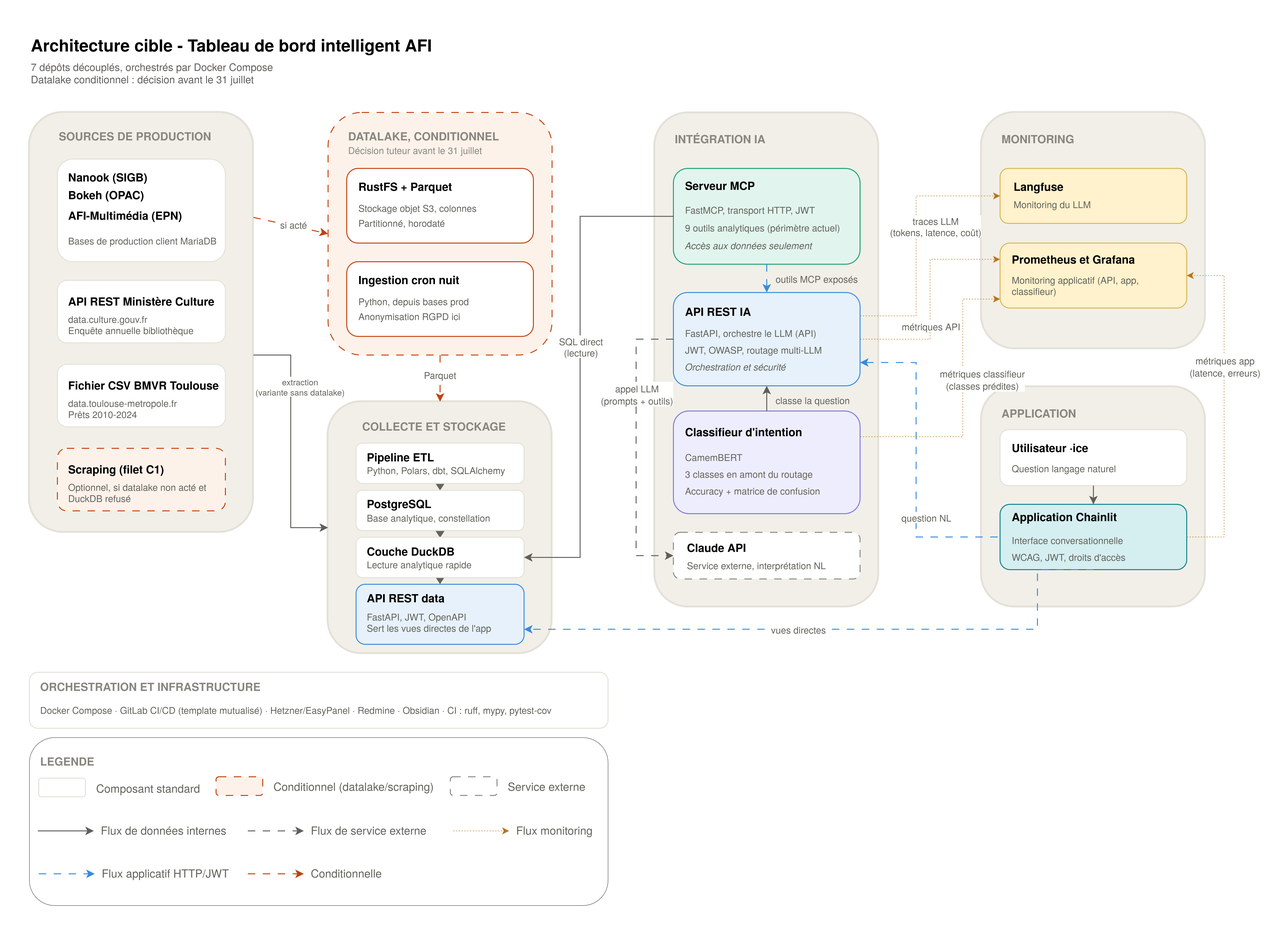
Before: Schéma architecture.png, a diagram exported from draw.io (Minaanimmina/architecture-projet-certif-dev-ia). Source tidied: cells renumbered, new cells last; positions are measured from the earlier drawing's top-left corner, leaving out a move shared by most shapes.
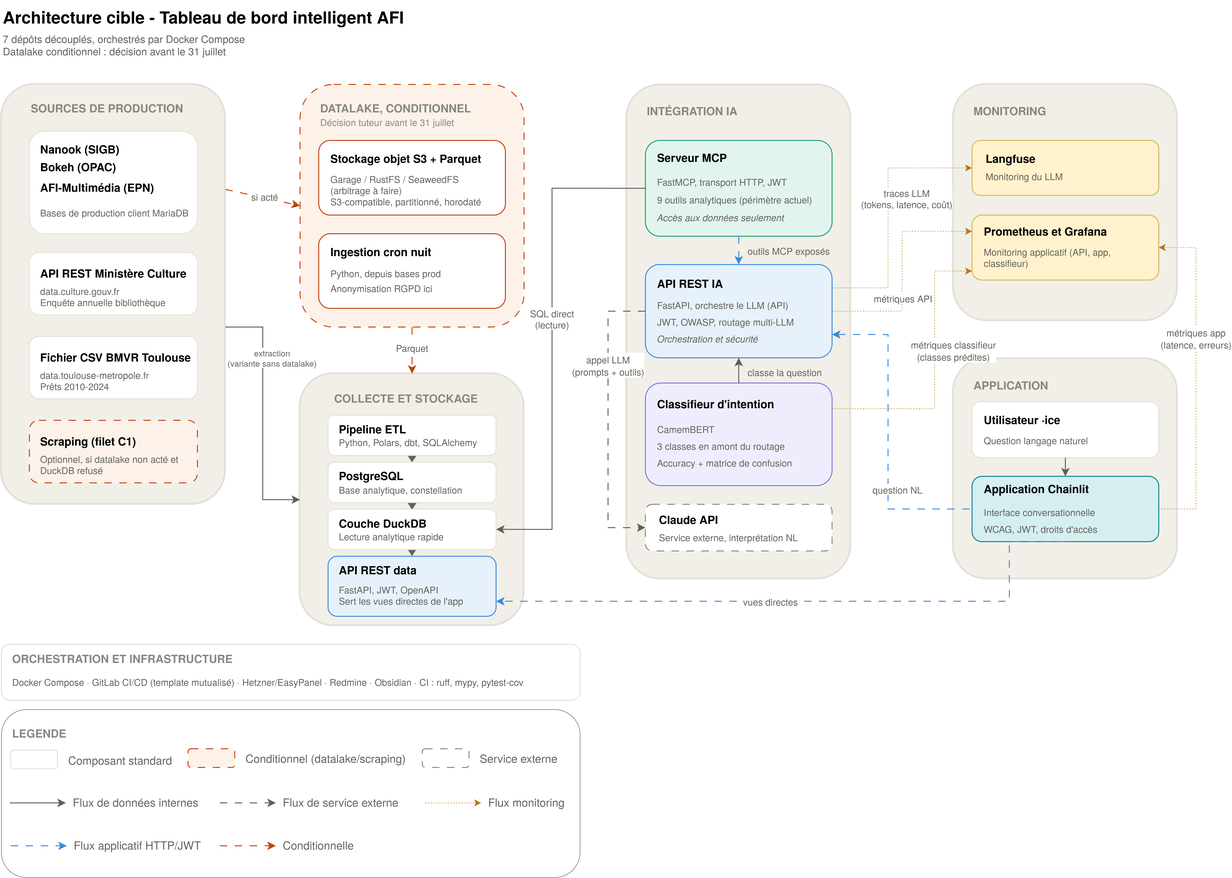
After the change.

Commit message:
Correction schéma choix stockage S3

Diff of the diagram source:
```diff
@@ -92,11 +92,11 @@
     <mxCell id="31" style="rounded=1;whiteSpace=wrap;html=1;strokeColor=#C2410C;" parent="30" vertex="1">
       <mxGeometry width="200" height="80" as="geometry" />
     </mxCell>
-    <mxCell id="32" value="RustFS + Parquet" style="text;html=1;whiteSpace=wrap;strokeColor=none;fillColor=none;align=left;verticalAlign=middle;rounded=0;fontStyle=1;" parent="30" vertex="1">
+    <mxCell id="32" value="Stockage objet S3 + Parquet" style="text;html=1;whiteSpace=wrap;strokeColor=none;fillColor=none;align=left;verticalAlign=middle;rounded=0;fontStyle=1;" parent="30" vertex="1">
       <mxGeometry x="11.1" y="5.6" width="177.8" height="26.7" as="geometry" />
     </mxCell>
-    <mxCell id="33" value="&lt;div style=&quot;line-height: 160%;&quot;&gt;&lt;div&gt;Stockage objet S3, colonnes&lt;/div&gt;Partitionné, horodaté&lt;/div&gt;" style="text;html=1;whiteSpace=wrap;strokeColor=none;fillColor=none;align=left;verticalAlign=middle;rounded=0;fontSize=10;fontColor=#63635C;" parent="30" vertex="1">
-      <mxGeometry x="11.1" y="36.7" width="177.8" height="26.7" as="geometry" />
+    <mxCell id="33" value="Garage / RustFS / SeaweedFS (arbitrage à faire)&lt;br&gt;S3-compatible, partitionné, horodaté" style="text;html=1;whiteSpace=wrap;strokeColor=none;fillColor=none;align=left;verticalAlign=middle;rounded=0;fontSize=10;fontColor=#63635C;" parent="30" vertex="1">
+      <mxGeometry x="11.1" y="36.7" width="177.8" height="33.3" as="geometry" />
     </mxCell>
     <mxCell id="34" style="group;" parent="1" vertex="1">
       <mxGeometry x="340" y="250" width="200" height="80" as="geometry" />
```
